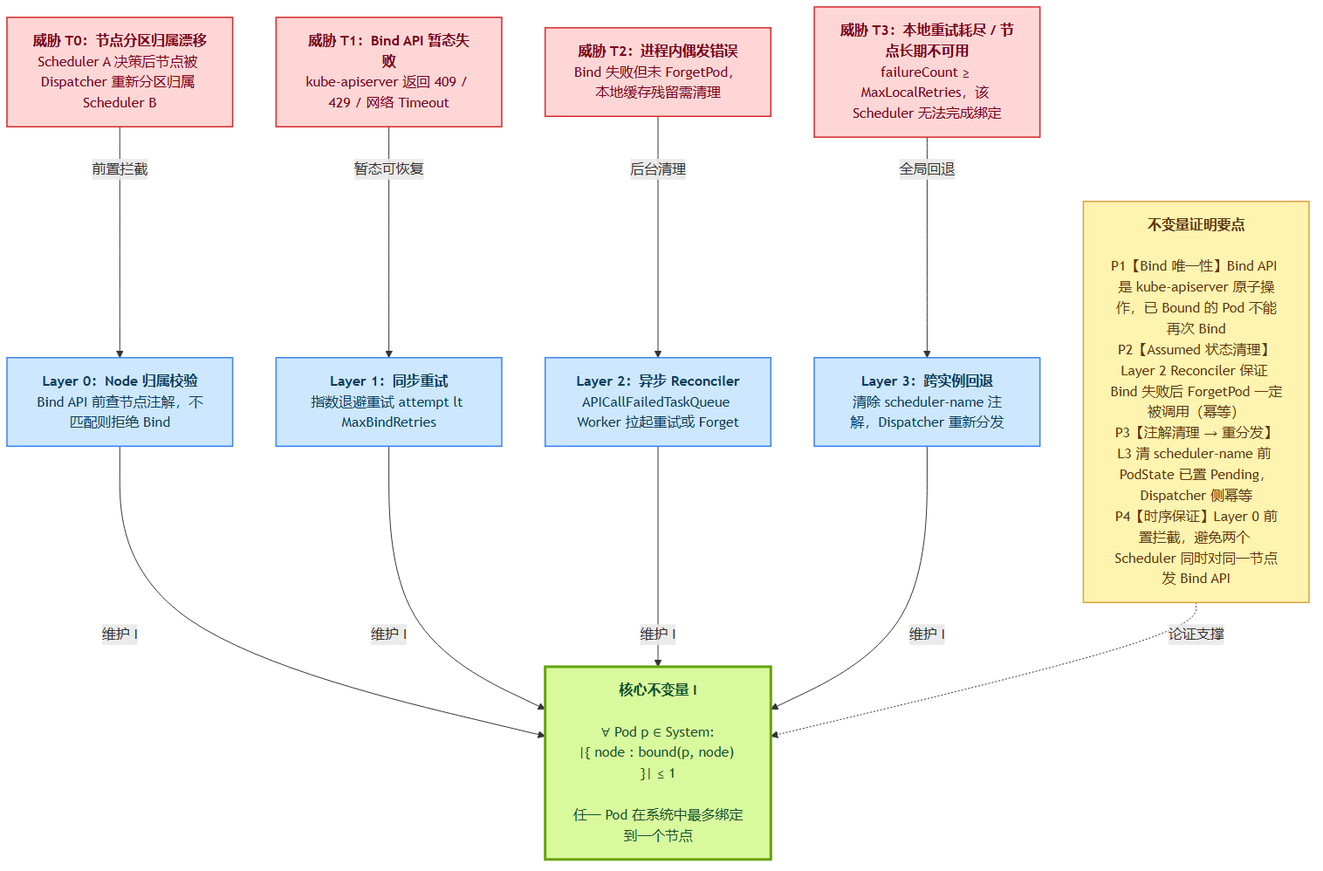
Before: docs/thesis/figures/fig4-3-consistency-invariant.png, a diagram exported from Mermaid (tengfei86/godel-scheduler). Its source is kept beside it as docs/thesis/figures/fig4-3-consistency-invariant.mmd. Source of this version:
```mermaid
flowchart TB
    INV["<b>核心不变量 I</b><br/><br/>∀ Pod p ∈ System:<br/>|{ node : bound(p, node) }| ≤ 1<br/><br/>任一 Pod 在系统中最多绑定到一个节点"]:::invariant

    T0["<b>威胁 T0：节点分区归属漂移</b><br/>Scheduler A 决策后节点被 Dispatcher 重新分区归属 Scheduler B"]:::threat
    D0["<b>Layer 0：Node 归属校验</b><br/>Bind API 前查节点注解，不匹配则拒绝 Bind"]:::defense

    T1["<b>威胁 T1：Bind API 暂态失败</b><br/>kube-apiserver 返回 409 / 429 / 网络 Timeout"]:::threat
    D1["<b>Layer 1：同步重试</b><br/>指数退避重试 attempt lt MaxBindRetries"]:::defense

    T2["<b>威胁 T2：进程内偶发错误</b><br/>Bind 失败但未 ForgetPod，本地缓存残留需清理"]:::threat
    D2["<b>Layer 2：异步 Reconciler</b><br/>APICallFailedTaskQueue Worker 拉起重试或 Forget"]:::defense

    T3["<b>威胁 T3：本地重试耗尽 / 节点长期不可用</b><br/>failureCount ≥ MaxLocalRetries，该 Scheduler 无法完成绑定"]:::threat
    D3["<b>Layer 3：跨实例回退</b><br/>清除 scheduler-name 注解，Dispatcher 重新分发"]:::defense

    T0 -->|前置拦截| D0
    T1 -->|暂态可恢复| D1
    T2 -->|后台清理| D2
    T3 -->|全局回退| D3

    D0 -->|维护 I| INV
    D1 -->|维护 I| INV
    D2 -->|维护 I| INV
    D3 -->|维护 I| INV

    P["<b>不变量证明要点</b><br/><br/>P1【Bind 唯一性】Bind API 是 kube-apiserver 原子操作，已 Bound 的 Pod 不能再次 Bind<br/>P2【Assumed 状态清理】Layer 2 Reconciler 保证 Bind 失败后 ForgetPod 一定被调用（幂等）<br/>P3【注解清理 → 重分发】L3 清 scheduler-name 前 PodState 已置 Pending，Dispatcher 侧幂等<br/>P4【时序保证】Layer 0 前置拦截，避免两个 Scheduler 同时对同一节点发 Bind API"]:::proof

    P -.论证支撑.-> INV

    classDef invariant fill:#d9f99d,color:#14532d,stroke:#65a30d,stroke-width:3px;
    classDef threat fill:#ffd6d6,color:#7a0019,stroke:#d62828,stroke-width:1.5px;
    classDef defense fill:#cde7ff,color:#0b3c5d,stroke:#3b82f6,stroke-width:1.5px;
    classDef proof fill:#fff3b0,color:#5f370e,stroke:#e09f3e,stroke-width:1.5px;
```
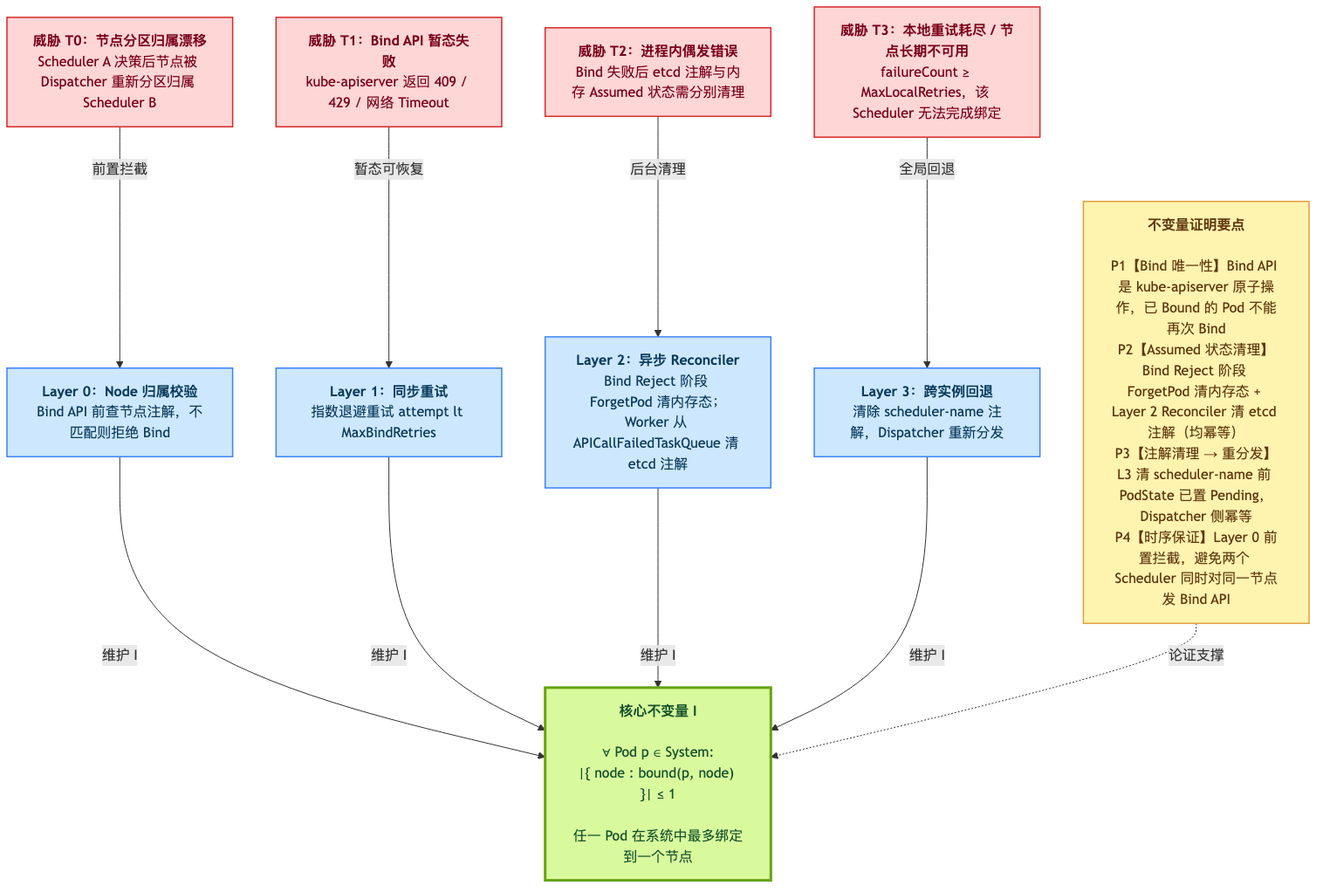
Later version of the same file.

The edit, as a diff of the source:
```diff
@@ -7,8 +7,8 @@
     T1["<b>威胁 T1：Bind API 暂态失败</b><br/>kube-apiserver 返回 409 / 429 / 网络 Timeout"]:::threat
     D1["<b>Layer 1：同步重试</b><br/>指数退避重试 attempt lt MaxBindRetries"]:::defense
 
-    T2["<b>威胁 T2：进程内偶发错误</b><br/>Bind 失败但未 ForgetPod，本地缓存残留需清理"]:::threat
-    D2["<b>Layer 2：异步 Reconciler</b><br/>APICallFailedTaskQueue Worker 拉起重试或 Forget"]:::defense
+    T2["<b>威胁 T2：进程内偶发错误</b><br/>Bind 失败后 etcd 注解与内存 Assumed 状态需分别清理"]:::threat
+    D2["<b>Layer 2：异步 Reconciler</b><br/>Bind Reject 阶段 ForgetPod 清内存态；<br/>Worker 从 APICallFailedTaskQueue 清 etcd 注解"]:::defense
 
     T3["<b>威胁 T3：本地重试耗尽 / 节点长期不可用</b><br/>failureCount ≥ MaxLocalRetries，该 Scheduler 无法完成绑定"]:::threat
     D3["<b>Layer 3：跨实例回退</b><br/>清除 scheduler-name 注解，Dispatcher 重新分发"]:::defense
@@ -23,7 +23,7 @@
     D2 -->|维护 I| INV
     D3 -->|维护 I| INV
 
-    P["<b>不变量证明要点</b><br/><br/>P1【Bind 唯一性】Bind API 是 kube-apiserver 原子操作，已 Bound 的 Pod 不能再次 Bind<br/>P2【Assumed 状态清理】Layer 2 Reconciler 保证 Bind 失败后 ForgetPod 一定被调用（幂等）<br/>P3【注解清理 → 重分发】L3 清 scheduler-name 前 PodState 已置 Pending，Dispatcher 侧幂等<br/>P4【时序保证】Layer 0 前置拦截，避免两个 Scheduler 同时对同一节点发 Bind API"]:::proof
+    P["<b>不变量证明要点</b><br/><br/>P1【Bind 唯一性】Bind API 是 kube-apiserver 原子操作，已 Bound 的 Pod 不能再次 Bind<br/>P2【Assumed 状态清理】Bind Reject 阶段 ForgetPod 清内存态 + Layer 2 Reconciler 清 etcd 注解（均幂等）<br/>P3【注解清理 → 重分发】L3 清 scheduler-name 前 PodState 已置 Pending，Dispatcher 侧幂等<br/>P4【时序保证】Layer 0 前置拦截，避免两个 Scheduler 同时对同一节点发 Bind API"]:::proof
 
     P -.论证支撑.-> INV
 
```
